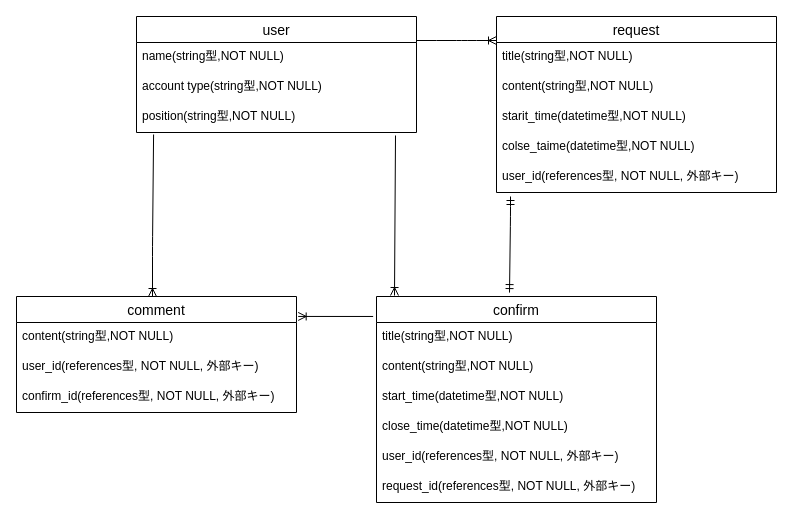
Above: page "ER図" (1 of 2) of waps_ER図.dio in graphite01/waps (draw.io), before the change. Source tidied: cells renumbered, new cells numbered last; positions are measured from the earlier drawing's top-left corner, leaving out a move shared by most shapes. Both pictures are drawn from the tidied source at 100%, with x=0, y=0 at pixel (16, 16).
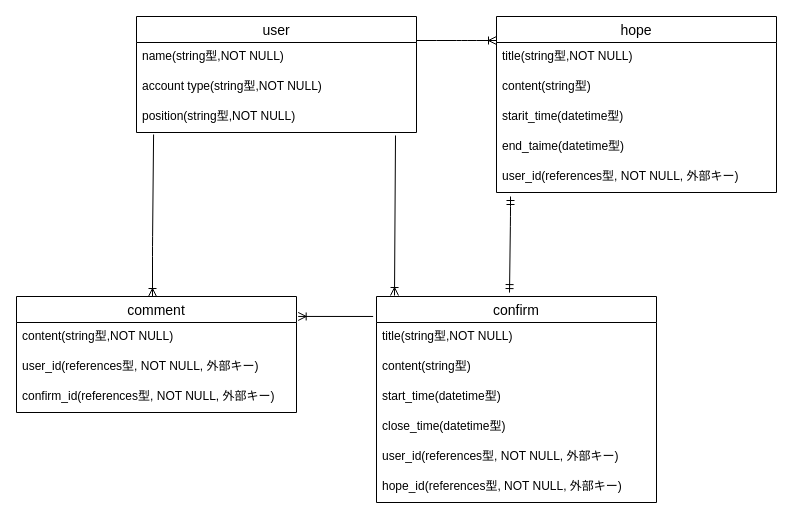
The same diagram, later.

The change refers to these unchanged cells:
```xml
<mxCell id="6" value="confirm" style="swimlane;fontStyle=0;horizontal=1;startSize=26;align=center;fontSize=14;" parent="1" vertex="1">
  <mxGeometry x="360" y="280" width="280" height="206" as="geometry" />
</mxCell>
```

Change to the diagram source:
```diff
@@
-    <mxCell id="8" value="content(string型,NOT NULL)" style="text;strokeColor=none;fillColor=none;spacingLeft=4;spacingRight=4;overflow=hidden;fontSize=12;" parent="6" vertex="1">
+    <mxCell id="8" value="content(string型)" style="text;strokeColor=none;fillColor=none;spacingLeft=4;spacingRight=4;overflow=hidden;fontSize=12;" parent="6" vertex="1">
       <mxGeometry y="56" width="280" height="30" as="geometry" />
     </mxCell>
-    <mxCell id="9" value="start_time(datetime型,NOT NULL)" style="text;strokeColor=none;fillColor=none;spacingLeft=4;spacingRight=4;overflow=hidden;fontSize=12;" parent="6" vertex="1">
+    <mxCell id="9" value="start_time(datetime型)" style="text;strokeColor=none;fillColor=none;spacingLeft=4;spacingRight=4;overflow=hidden;fontSize=12;" parent="6" vertex="1">
       <mxGeometry y="86" width="280" height="30" as="geometry" />
     </mxCell>
-    <mxCell id="10" value="close_time(datetime型,NOT NULL)" style="text;strokeColor=none;fillColor=none;spacingLeft=4;spacingRight=4;overflow=hidden;fontSize=12;" parent="6" vertex="1">
+    <mxCell id="10" value="close_time(datetime型)" style="text;strokeColor=none;fillColor=none;spacingLeft=4;spacingRight=4;overflow=hidden;fontSize=12;" parent="6" vertex="1">
       <mxGeometry y="116" width="280" height="30" as="geometry" />
     </mxCell>
@@
-    <mxCell id="12" value="request_id(references型, NOT NULL, 外部キー)" style="text;strokeColor=none;fillColor=none;spacingLeft=4;spacingRight=4;overflow=hidden;fontSize=12;" parent="6" vertex="1">
+    <mxCell id="12" value="hope_id(references型, NOT NULL, 外部キー)" style="text;strokeColor=none;fillColor=none;spacingLeft=4;spacingRight=4;overflow=hidden;fontSize=12;" parent="6" vertex="1">
       <mxGeometry y="176" width="280" height="30" as="geometry" />
     </mxCell>
-    <mxCell id="13" value="request" style="swimlane;fontStyle=0;horizontal=1;startSize=26;align=center;fontSize=14;" parent="1" vertex="1">
+    <mxCell id="13" value="hope" style="swimlane;fontStyle=0;horizontal=1;startSize=26;align=center;fontSize=14;" parent="1" vertex="1">
       <mxGeometry x="480" width="280" height="176" as="geometry" />
     </mxCell>
@@
-    <mxCell id="15" value="content(string型,NOT NULL)" style="text;strokeColor=none;fillColor=none;spacingLeft=4;spacingRight=4;overflow=hidden;fontSize=12;" parent="13" vertex="1">
+    <mxCell id="15" value="content(string型)" style="text;strokeColor=none;fillColor=none;spacingLeft=4;spacingRight=4;overflow=hidden;fontSize=12;" parent="13" vertex="1">
       <mxGeometry y="56" width="280" height="30" as="geometry" />
     </mxCell>
-    <mxCell id="16" value="starit_time(datetime型,NOT NULL)" style="text;strokeColor=none;fillColor=none;spacingLeft=4;spacingRight=4;overflow=hidden;fontSize=12;" parent="13" vertex="1">
+    <mxCell id="16" value="starit_time(datetime型)" style="text;strokeColor=none;fillColor=none;spacingLeft=4;spacingRight=4;overflow=hidden;fontSize=12;" parent="13" vertex="1">
       <mxGeometry y="86" width="280" height="30" as="geometry" />
     </mxCell>
-    <mxCell id="17" value="colse_taime(datetime型,NOT NULL)" style="text;strokeColor=none;fillColor=none;spacingLeft=4;spacingRight=4;overflow=hidden;fontSize=12;" parent="13" vertex="1">
+    <mxCell id="17" value="end_taime(datetime型)" style="text;strokeColor=none;fillColor=none;spacingLeft=4;spacingRight=4;overflow=hidden;fontSize=12;" parent="13" vertex="1">
       <mxGeometry y="116" width="280" height="30" as="geometry" />
     </mxCell>
```
